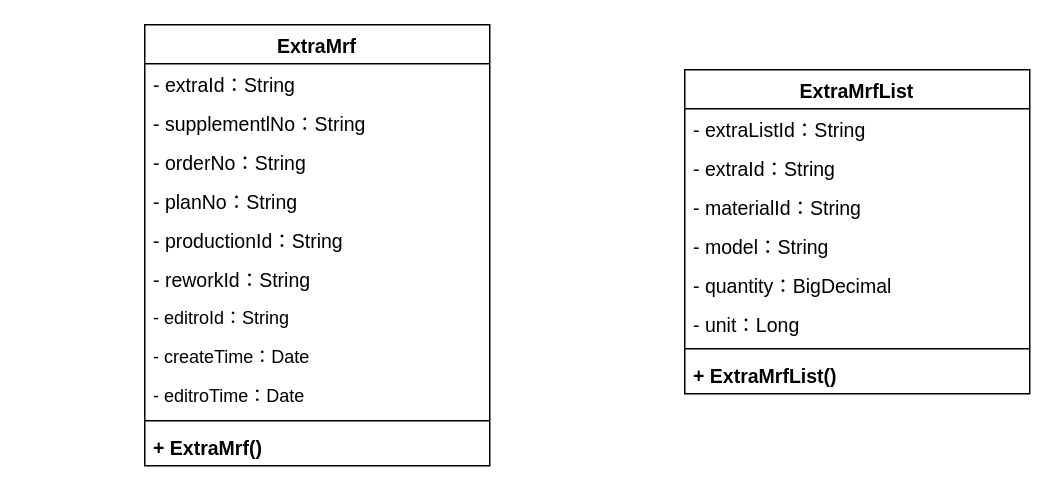
Earlier version of the draw.io diagram page "补料单" (4 of 4) of 类图.drawio (KNAI-I/test). Source tidied: cells renumbered, new cells numbered last; positions are measured from the earlier drawing's top-left corner, leaving out a move shared by most shapes. Both pictures are drawn from the tidied source at 150%, with x=0, y=0 at pixel (144, 24).
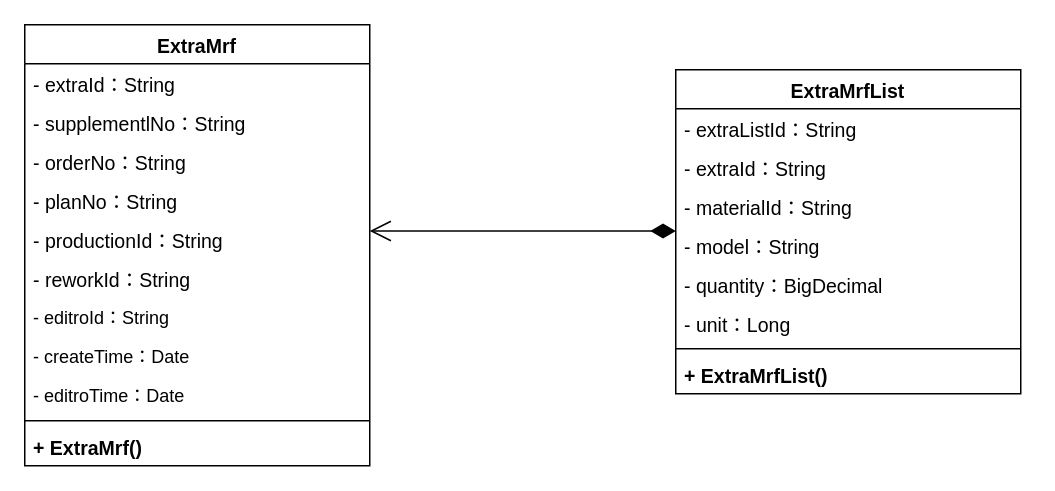
Above is the later version.

Diff of the diagram source:
```diff
@@
     <mxCell id="2" value="ExtraMrf" style="swimlane;fontStyle=1;align=center;verticalAlign=top;horizontal=1;startSize=26;fontSize=13;" parent="1" vertex="1">
-      <mxGeometry width="230" height="294" as="geometry" />
+      <mxGeometry x="-80" width="230" height="294" as="geometry" />
     </mxCell>
@@
     <mxCell id="14" value="ExtraMrfList" style="swimlane;fontStyle=1;align=center;verticalAlign=top;horizontal=1;startSize=26;fontSize=13;" parent="1" vertex="1">
-      <mxGeometry x="360" y="30" width="230" height="216" as="geometry" />
+      <mxGeometry x="354" y="30" width="230" height="216" as="geometry" />
     </mxCell>
@@
+    <mxCell id="23" style="endArrow=open;html=1;endSize=12;startArrow=diamondThin;startSize=14;startFill=1;edgeStyle=orthogonalEdgeStyle;align=left;verticalAlign=bottom;rounded=0;fontSize=13;entryX=1.017;entryY=0.115;entryDx=0;entryDy=0;entryPerimeter=0;exitX=-0.009;exitY=0.192;exitDx=0;exitDy=0;exitPerimeter=0;" parent="1" edge="1">
+      <mxGeometry x="-0.73" relative="1" as="geometry">
+        <mxPoint x="354" y="137.5" as="sourcePoint" />
+        <mxPoint x="150" y="137.5" as="targetPoint" />
+      </mxGeometry>
+    </mxCell>
```
